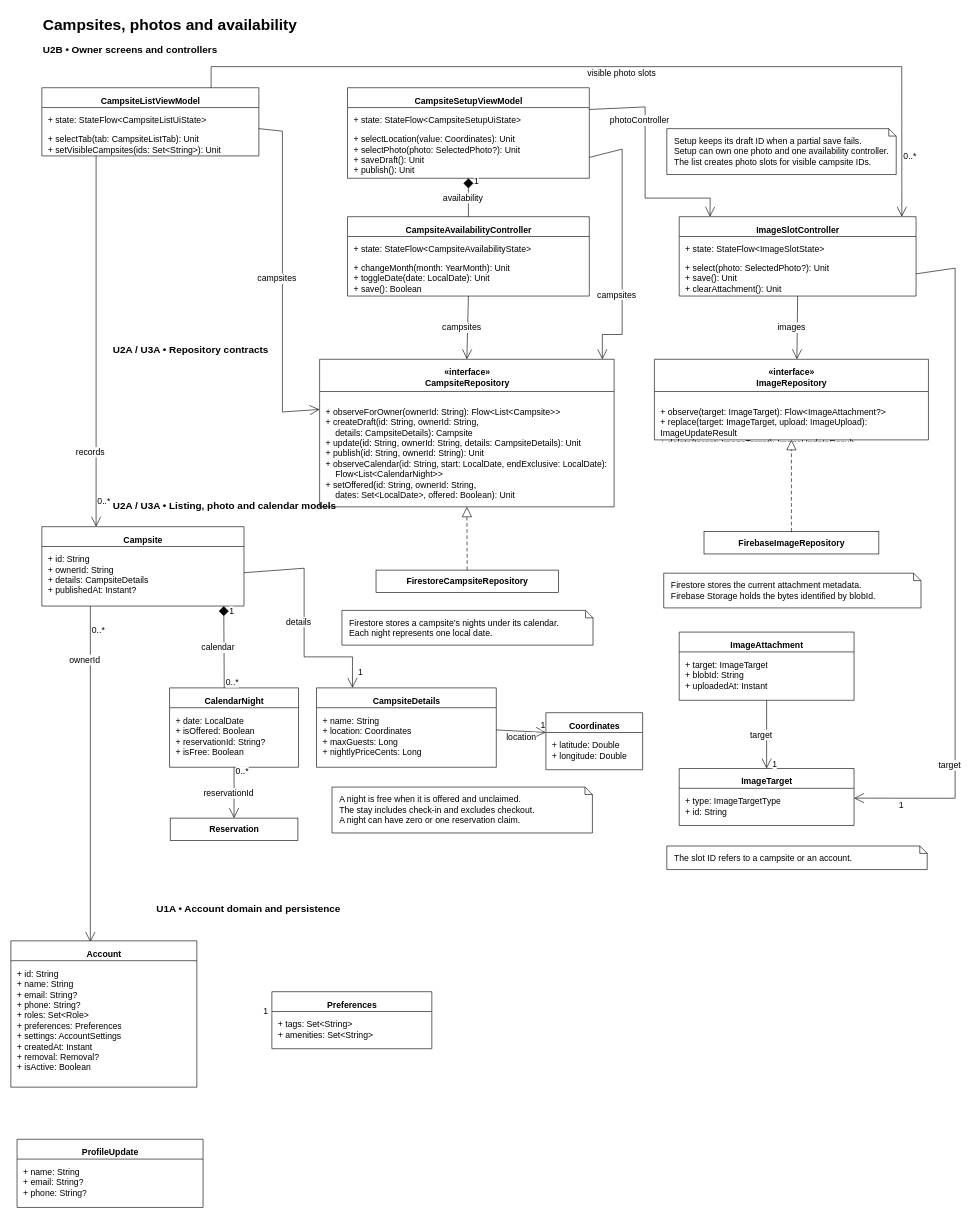
Before: page "UML_Diagram" (4 of 5) of doc/UML.drawio in CMPUT301F26stderr/stderr-campsbridge, a draw.io diagram. Source tidied: cells renumbered, new cells numbered last; positions are measured from the earlier drawing's top-left corner, leaving out a move shared by most shapes. Both pictures are drawn from the tidied source at 62%, with x=0, y=0 at pixel (11, 11).
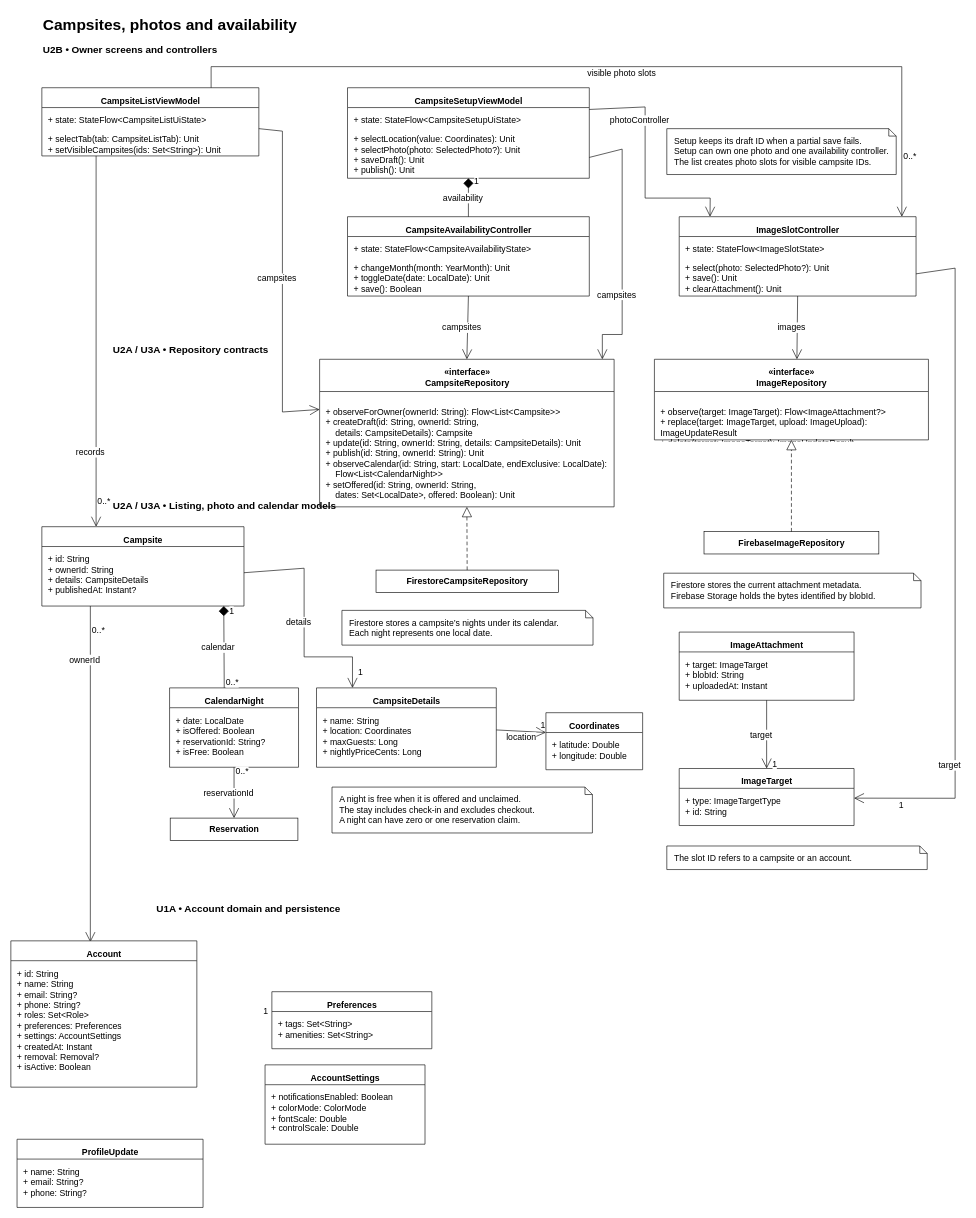
Above is the later version.

Change to the diagram source:
```diff
@@
+    <mxCell id="108" value="&lt;b&gt;AccountSettings&lt;/b&gt;" style="swimlane;html=1;rounded=0;fillColor=#ffffff;strokeColor=#000000;strokeWidth=1;fontColor=#000000;fontFamily=Arial;fontSize=14;startSize=32;horizontal=1;swimlaneFillColor=#ffffff;align=center;verticalAlign=top;spacingTop=6;" parent="1" vertex="1">
+      <mxGeometry x="410" y="1700" width="258" height="128" as="geometry" />
+    </mxCell>
+    <mxCell id="109" value="+ notificationsEnabled: Boolean&lt;br&gt;+ colorMode: ColorMode&lt;br&gt;+ fontScale: Double&lt;br&gt;+ controlScale: Double" style="text;html=1;strokeColor=none;fillColor=none;fontColor=#000000;fontFamily=Arial;fontSize=14;align=left;verticalAlign=top;spacingLeft=8;spacingTop=6;whiteSpace=wrap;overflow=hidden;" parent="108" vertex="1">
+      <mxGeometry y="32" width="258" height="84" as="geometry" />
+    </mxCell>
+    <mxCell id="110" style="shape=line;html=1;strokeColor=#000000;strokeWidth=1;" parent="108" vertex="1">
+      <mxGeometry y="116" width="258" as="geometry" />
+    </mxCell>
```
